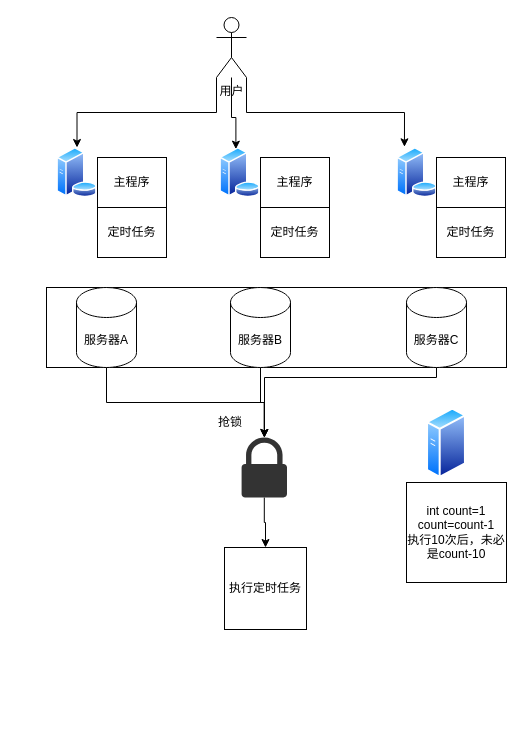
Above: 分布式锁.drawio in MuXueTianYin/java-learning-methods (draw.io), before the change. Source tidied: cells renumbered, new cells numbered last; positions are measured from the earlier drawing's top-left corner, leaving out a move shared by most shapes. Both pictures are drawn from the tidied source at 100%, with x=0, y=0 at pixel (46, 17).
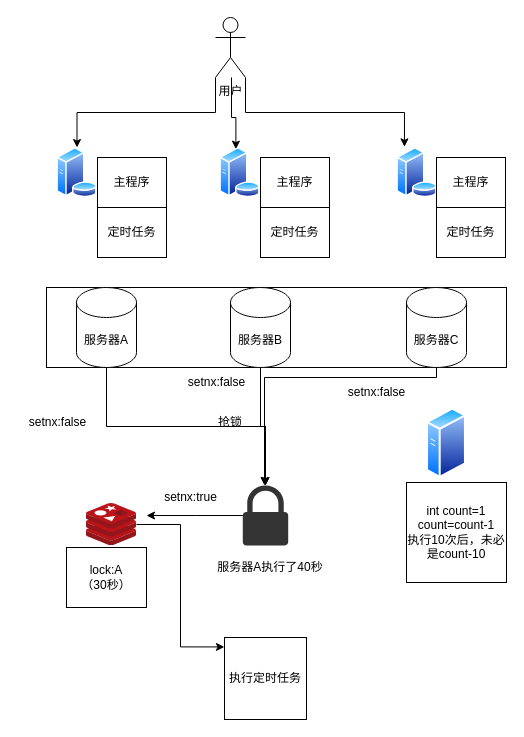
The same page after the edit.

Commit message:
更新分布式锁.drawio

Diff of the diagram source:
```diff
@@
     <mxCell id="3" value="用户" style="shape=umlActor;verticalLabelPosition=bottom;verticalAlign=top;html=1;outlineConnect=0;" parent="1" vertex="1">
-      <mxGeometry x="170" width="30" height="60" as="geometry" />
+      <mxGeometry x="169" width="30" height="60" as="geometry" />
     </mxCell>
@@
-    <mxCell id="22" style="edgeStyle=orthogonalEdgeStyle;rounded=0;jettySize=auto;html=1;entryX=0.5;entryY=0;entryDx=0;entryDy=0;" parent="1" edge="1" source="23" target="25">
-      <mxGeometry relative="1" as="geometry" />
-    </mxCell>
+    <mxCell id="28" style="edgeStyle=orthogonalEdgeStyle;rounded=0;jettySize=auto;html=1;" parent="1" edge="1" source="23">
+      <mxGeometry relative="1" as="geometry">
+        <mxPoint x="100" y="498" as="targetPoint" />
+      </mxGeometry>
+    </mxCell>
     <mxCell id="23" style="sketch=0;shadow=0;dashed=0;html=1;strokeColor=none;fillColor=#333333;labelPosition=center;verticalLabelPosition=bottom;verticalAlign=top;outlineConnect=0;align=center;shape=mxgraph.office.security.lock_protected;" parent="1" vertex="1">
-      <mxGeometry x="195.1" y="420" width="45.4" height="60" as="geometry" />
+      <mxGeometry x="196.3" y="468" width="45.4" height="60" as="geometry" />
     </mxCell>
@@
     <mxCell id="25" value="执行定时任务" style="whiteSpace=wrap;html=1;" parent="1" vertex="1">
-      <mxGeometry x="178" y="530" width="82" height="82" as="geometry" />
+      <mxGeometry x="178" y="620" width="82" height="82" as="geometry" />
     </mxCell>
@@
+    <mxCell id="29" style="image;sketch=0;html=1;points=[];align=center;fontSize=12;image=img/lib/mscae/Cache_Redis_Product.svg;" parent="1" vertex="1">
+      <mxGeometry x="40" y="486" width="50" height="42" as="geometry" />
+    </mxCell>
+    <mxCell id="30" value="setnx:true" style="text;html=1;align=center;verticalAlign=middle;strokeColor=none;fillColor=none;" parent="1" vertex="1">
+      <mxGeometry x="104" y="465" width="80" height="30" as="geometry" />
+    </mxCell>
+    <mxCell id="31" style="edgeStyle=orthogonalEdgeStyle;rounded=0;jettySize=auto;html=1;entryX=-0.001;entryY=0.115;entryDx=0;entryDy=0;entryPerimeter=0;" parent="1" edge="1" source="29" target="25">
+      <mxGeometry relative="1" as="geometry" />
+    </mxCell>
+    <mxCell id="32" value="setnx:false" style="text;html=1;align=center;verticalAlign=middle;strokeColor=none;fillColor=none;" parent="1" vertex="1">
+      <mxGeometry x="290" y="360" width="80" height="30" as="geometry" />
+    </mxCell>
+    <mxCell id="33" value="setnx:false" style="text;html=1;align=center;verticalAlign=middle;strokeColor=none;fillColor=none;" parent="1" vertex="1">
+      <mxGeometry x="130" y="350" width="80" height="30" as="geometry" />
+    </mxCell>
+    <mxCell id="34" value="setnx:false" style="text;html=1;align=center;verticalAlign=middle;strokeColor=none;fillColor=none;" parent="1" vertex="1">
+      <mxGeometry x="-29" y="390" width="80" height="30" as="geometry" />
+    </mxCell>
+    <mxCell id="35" value="lock:A&lt;br&gt;（30秒）" style="rounded=0;whiteSpace=wrap;html=1;" parent="1" vertex="1">
+      <mxGeometry x="20" y="530" width="80" height="60" as="geometry" />
+    </mxCell>
+    <mxCell id="36" value="服务器A执行了40秒" style="text;html=1;align=center;verticalAlign=middle;whiteSpace=wrap;rounded=0;" parent="1" vertex="1">
+      <mxGeometry x="169" y="535" width="110" height="30" as="geometry" />
+    </mxCell>
```
